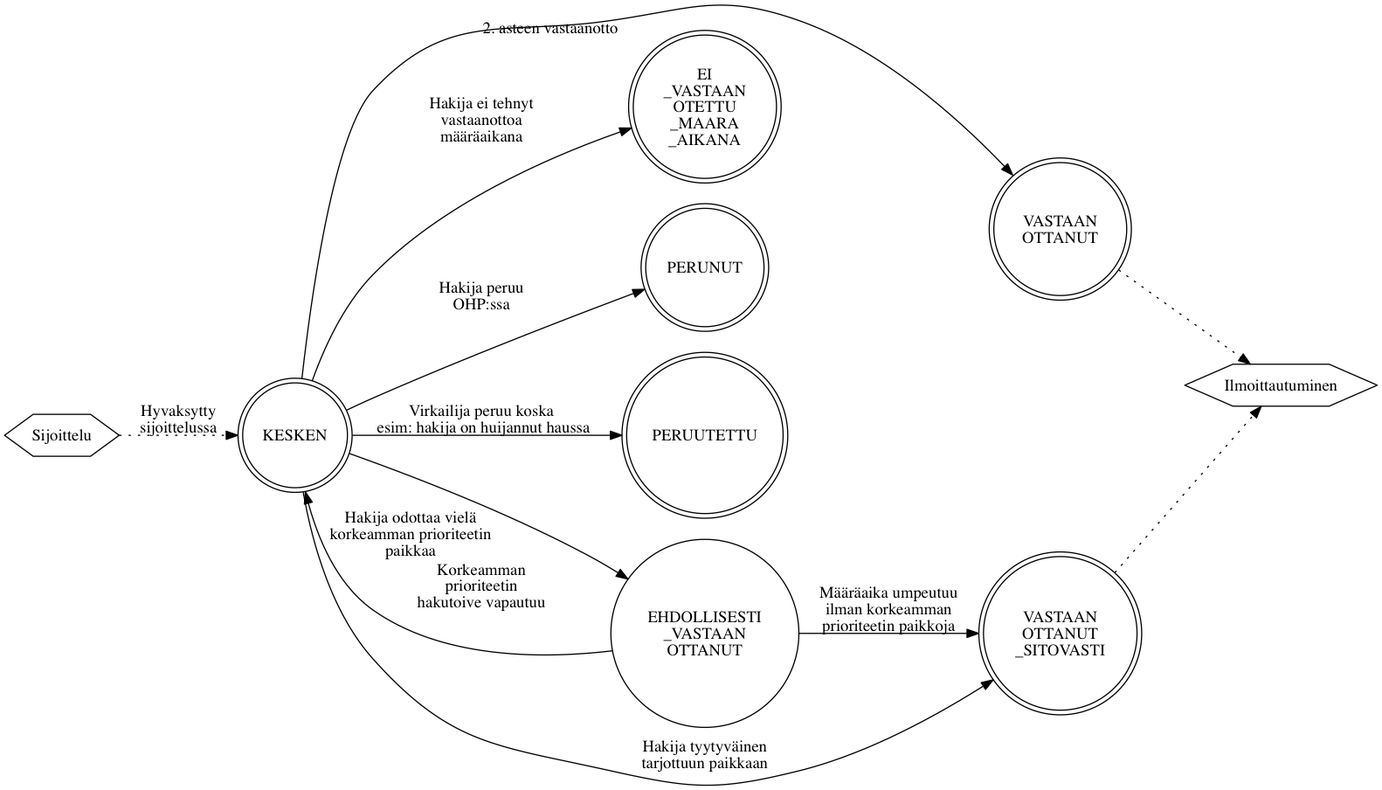
This is valintaprosessi/img/vastaanotto.png from Opetushallitus/dokumentaatio, a Graphviz export, as it was before one commit. Its source is kept beside it as valintaprosessi/dot/vastaanotto.dot.
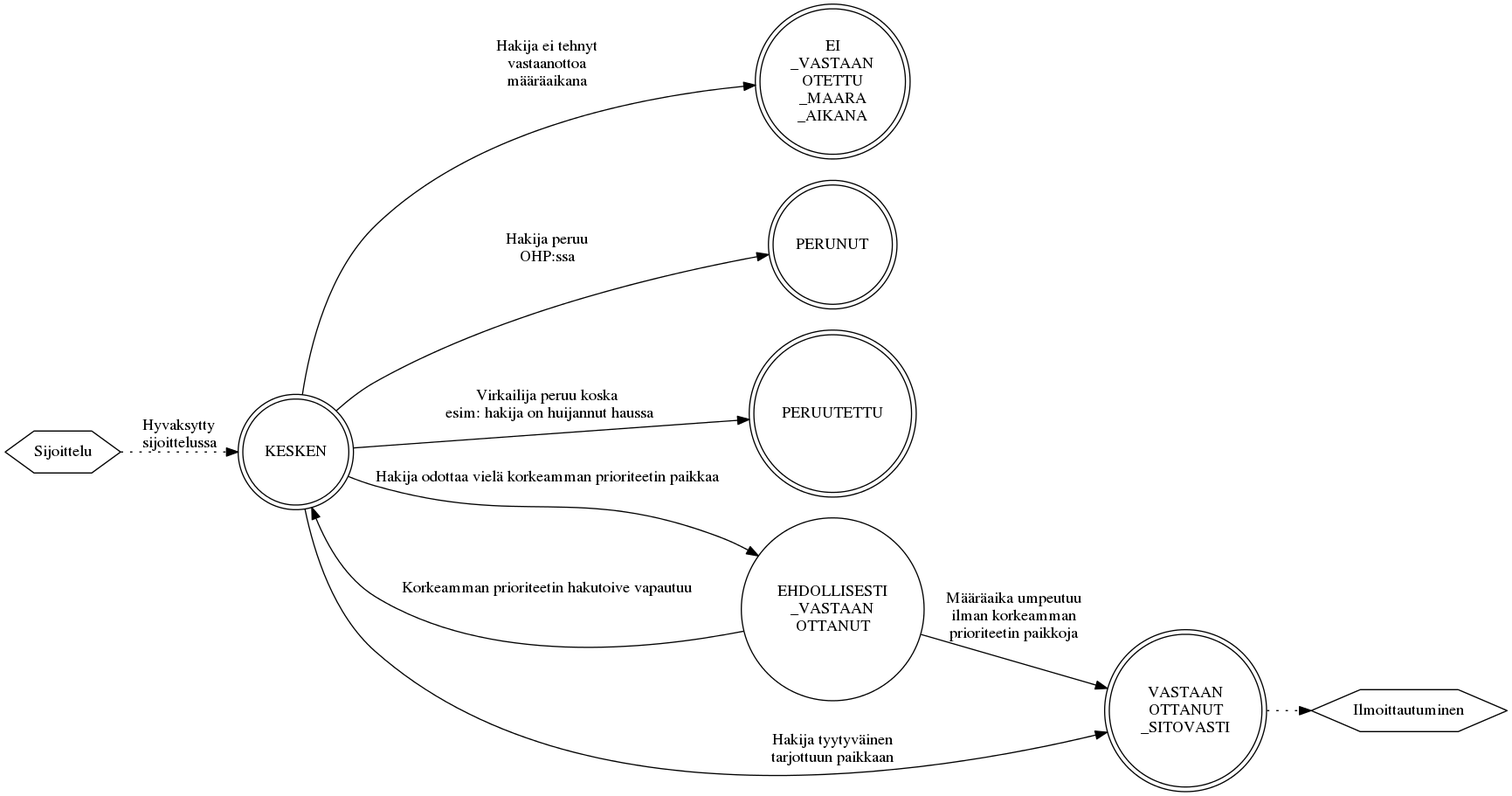
Above is the later version.

Diff of the diagram source:
```diff
@@ -3,26 +3,21 @@
   node [shape=circle];
 
   Sijoittelu -> KESKEN [label="Hyvaksytty\nsijoittelussa" style=dotted];
-  KESKEN -> VASTAANOTTANUT [xlabel="2. asteen vastaanotto"];
   KESKEN -> EI_VASTAANOTETTU_MAARA_AIKANA [label="Hakija ei tehnyt\nvastaanottoa\nmääräaikana"];
   KESKEN -> PERUNUT [label="Hakija peruu\nOHP:ssa"];
   KESKEN -> PERUUTETTU [label="Virkailija peruu koska\n esim: hakija on huijannut haussa"];
-  KESKEN -> EHDOLLISESTI_VASTAANOTTANUT [xlabel="Hakija odottaa vielä\nkorkeamman prioriteetin\npaikkaa"];
+  KESKEN -> EHDOLLISESTI_VASTAANOTTANUT [label="\nHakija odottaa vielä korkeamman prioriteetin paikkaa"];
   KESKEN -> VASTAANOTTANUT_SITOVASTI [label="Hakija tyytyväinen\ntarjottuun paikkaan"];
-  EHDOLLISESTI_VASTAANOTTANUT -> KESKEN [label="Korkeamman\nprioriteetin\nhakutoive vapautuu"];
+  EHDOLLISESTI_VASTAANOTTANUT -> KESKEN [label="\n\nKorkeamman prioriteetin hakutoive vapautuu"];
   EHDOLLISESTI_VASTAANOTTANUT -> VASTAANOTTANUT_SITOVASTI [label="Määräaika umpeutuu\nilman korkeamman\nprioriteetin paikkoja"];
 
-  {
-    rank=same;
-    VASTAANOTTANUT, VASTAANOTTANUT_SITOVASTI;
-  }
-  VASTAANOTTANUT, VASTAANOTTANUT_SITOVASTI -> Ilmoittautuminen [style=dotted];
+  VASTAANOTTANUT_SITOVASTI;
+  VASTAANOTTANUT_SITOVASTI -> Ilmoittautuminen [style=dotted];
 
-  Sijoittelu, VASTAANOTTANUT_SITOVASTI, PERUUTETTU, PERUNUT, EI_VASTAANOTETTU_MAARA_AIKANA, VASTAANOTTANUT, KESKEN [shape=doublecircle];
+  Sijoittelu, VASTAANOTTANUT_SITOVASTI, PERUUTETTU, PERUNUT, EI_VASTAANOTETTU_MAARA_AIKANA, KESKEN [shape=doublecircle];
   EI_VASTAANOTETTU_MAARA_AIKANA [label="EI\n_VASTAAN\nOTETTU\n_MAARA\n_AIKANA"]
   EHDOLLISESTI_VASTAANOTTANUT [label="EHDOLLISESTI\n_VASTAAN\nOTTANUT"]
   VASTAANOTTANUT_SITOVASTI [label="VASTAAN\nOTTANUT\n_SITOVASTI"]
-  VASTAANOTTANUT [label="VASTAAN\nOTTANUT"]
 
   Sijoittelu, Ilmoittautuminen [shape=hexagon];
 }
```
